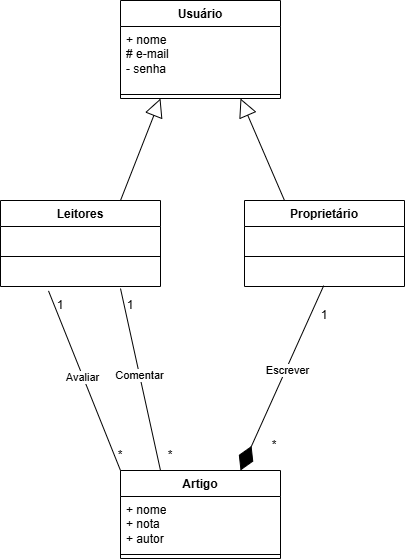
This is APOO/blog_diagrama_classe.png from joao-marcos-azvd/Estudos-de-programacao, a draw.io export, as it was before one commit. Source tidied: cells renumbered, new cells last; positions are measured from the earlier drawing's top-left corner, leaving out a move shared by most shapes. The source it was exported from:
```xml
<mxGraphModel>
  <root>
    <mxCell id="0" />
    <mxCell id="1" parent="0" />
    <mxCell id="2" value="Usuário" style="swimlane;fontStyle=1;align=center;verticalAlign=top;horizontal=1;startSize=26;whiteSpace=wrap;html=1;" parent="1" vertex="1">
      <mxGeometry x="120" width="160" height="98" as="geometry" />
    </mxCell>
    <mxCell id="3" value="+ nome&lt;div&gt;# e-mail&lt;/div&gt;&lt;div&gt;- senha&lt;/div&gt;" style="text;strokeColor=none;fillColor=none;align=left;verticalAlign=top;spacingLeft=4;spacingRight=4;overflow=hidden;whiteSpace=wrap;html=1;" parent="2" vertex="1">
      <mxGeometry y="26" width="160" height="64" as="geometry" />
    </mxCell>
    <mxCell id="4" style="line;strokeWidth=1;fillColor=none;align=left;verticalAlign=middle;spacingTop=-1;spacingLeft=3;spacingRight=3;labelPosition=right;strokeColor=inherit;" parent="2" vertex="1">
      <mxGeometry y="90" width="160" height="8" as="geometry" />
    </mxCell>
    <mxCell id="5" value="Proprietário" style="swimlane;fontStyle=1;align=center;verticalAlign=top;horizontal=1;startSize=26;whiteSpace=wrap;html=1;" parent="1" vertex="1">
      <mxGeometry x="244" y="200" width="160" height="86" as="geometry" />
    </mxCell>
    <mxCell id="6" value="&amp;nbsp;" style="text;strokeColor=none;fillColor=none;align=left;verticalAlign=top;spacingLeft=4;spacingRight=4;overflow=hidden;whiteSpace=wrap;html=1;" parent="5" vertex="1">
      <mxGeometry y="26" width="160" height="26" as="geometry" />
    </mxCell>
    <mxCell id="7" style="line;strokeWidth=1;fillColor=none;align=left;verticalAlign=middle;spacingTop=-1;spacingLeft=3;spacingRight=3;labelPosition=right;strokeColor=inherit;" parent="5" vertex="1">
      <mxGeometry y="52" width="160" height="8" as="geometry" />
    </mxCell>
    <mxCell id="8" value="&amp;nbsp;" style="text;strokeColor=none;fillColor=none;align=left;verticalAlign=top;spacingLeft=4;spacingRight=4;overflow=hidden;points=[[0,0.5],[1,0.5]];portConstraint=eastwest;whiteSpace=wrap;html=1;" parent="5" vertex="1">
      <mxGeometry y="60" width="160" height="26" as="geometry" />
    </mxCell>
    <mxCell id="9" value="Leitores" style="swimlane;fontStyle=1;align=center;verticalAlign=top;horizontal=1;startSize=26;whiteSpace=wrap;html=1;" parent="1" vertex="1">
      <mxGeometry y="200" width="160" height="86" as="geometry" />
    </mxCell>
    <mxCell id="10" value="&amp;nbsp;" style="text;strokeColor=none;fillColor=none;align=left;verticalAlign=top;spacingLeft=4;spacingRight=4;overflow=hidden;whiteSpace=wrap;html=1;" parent="9" vertex="1">
      <mxGeometry y="26" width="160" height="26" as="geometry" />
    </mxCell>
    <mxCell id="11" style="line;strokeWidth=1;fillColor=none;align=left;verticalAlign=middle;spacingTop=-1;spacingLeft=3;spacingRight=3;labelPosition=right;strokeColor=inherit;" parent="9" vertex="1">
      <mxGeometry y="52" width="160" height="8" as="geometry" />
    </mxCell>
    <mxCell id="12" value="&amp;nbsp;" style="text;strokeColor=none;fillColor=none;align=left;verticalAlign=top;spacingLeft=4;spacingRight=4;overflow=hidden;points=[[0,0.5],[1,0.5]];portConstraint=eastwest;whiteSpace=wrap;html=1;" parent="9" vertex="1">
      <mxGeometry y="60" width="160" height="26" as="geometry" />
    </mxCell>
    <mxCell id="13" style="endArrow=block;endSize=16;endFill=0;html=1;rounded=0;exitX=0.25;exitY=0;exitDx=0;exitDy=0;entryX=0.75;entryY=1;entryDx=0;entryDy=0;" parent="1" edge="1" source="5" target="2">
      <mxGeometry relative="1" as="geometry" />
    </mxCell>
    <mxCell id="14" style="endArrow=block;endSize=16;endFill=0;html=1;rounded=0;exitX=0.75;exitY=0;exitDx=0;exitDy=0;entryX=0.25;entryY=1;entryDx=0;entryDy=0;" parent="1" edge="1" source="9" target="2">
      <mxGeometry relative="1" as="geometry" />
    </mxCell>
    <mxCell id="15" value="Artigo" style="swimlane;fontStyle=1;align=center;verticalAlign=top;horizontal=1;startSize=26;whiteSpace=wrap;html=1;" parent="1" vertex="1">
      <mxGeometry x="120" y="470" width="160" height="88" as="geometry" />
    </mxCell>
    <mxCell id="16" value="+ nome&lt;div&gt;+ nota&lt;/div&gt;&lt;div&gt;+ autor&lt;/div&gt;" style="text;strokeColor=none;fillColor=none;align=left;verticalAlign=top;spacingLeft=4;spacingRight=4;overflow=hidden;whiteSpace=wrap;html=1;" parent="15" vertex="1">
      <mxGeometry y="26" width="160" height="54" as="geometry" />
    </mxCell>
    <mxCell id="17" style="line;strokeWidth=1;fillColor=none;align=left;verticalAlign=middle;spacingTop=-1;spacingLeft=3;spacingRight=3;labelPosition=right;strokeColor=inherit;" parent="15" vertex="1">
      <mxGeometry y="80" width="160" height="8" as="geometry" />
    </mxCell>
    <mxCell id="18" style="endArrow=diamondThin;endFill=1;endSize=24;html=1;rounded=0;exitX=0.495;exitY=0.968;exitDx=0;exitDy=0;entryX=0.75;entryY=0;entryDx=0;entryDy=0;exitPerimeter=0;" parent="1" edge="1" source="8" target="15">
      <mxGeometry relative="1" as="geometry" />
    </mxCell>
    <mxCell id="19" value="Escrever" style="edgeLabel;html=1;align=center;verticalAlign=middle;" parent="18" vertex="1">
      <mxGeometry x="-0.09" y="1" relative="1" as="geometry" />
    </mxCell>
    <mxCell id="20" style="endArrow=none;html=1;rounded=0;entryX=0.75;entryY=1.077;entryDx=0;entryDy=0;entryPerimeter=0;exitX=0.25;exitY=0;exitDx=0;exitDy=0;" parent="1" edge="1" source="15" target="12">
      <mxGeometry relative="1" as="geometry" />
    </mxCell>
    <mxCell id="21" value="Comentar" style="edgeLabel;html=1;align=center;verticalAlign=middle;" parent="20" vertex="1">
      <mxGeometry x="0.05" y="1" relative="1" as="geometry" />
    </mxCell>
    <mxCell id="22" style="endArrow=none;html=1;rounded=0;entryX=0.3;entryY=1.169;entryDx=0;entryDy=0;entryPerimeter=0;exitX=0;exitY=0;exitDx=0;exitDy=0;" parent="1" edge="1" source="15" target="12">
      <mxGeometry relative="1" as="geometry" />
    </mxCell>
    <mxCell id="23" value="Avaliar" style="edgeLabel;html=1;align=center;verticalAlign=middle;" parent="22" vertex="1">
      <mxGeometry x="0.05" y="1" relative="1" as="geometry" />
    </mxCell>
    <mxCell id="24" value="1" style="text;strokeColor=none;align=center;fillColor=none;html=1;verticalAlign=middle;whiteSpace=wrap;rounded=0;" parent="1" vertex="1">
      <mxGeometry x="294" y="300" width="60" height="30" as="geometry" />
    </mxCell>
    <mxCell id="25" value="*" style="text;strokeColor=none;align=center;fillColor=none;html=1;verticalAlign=middle;whiteSpace=wrap;rounded=0;" parent="1" vertex="1">
      <mxGeometry x="244" y="430" width="60" height="30" as="geometry" />
    </mxCell>
    <mxCell id="26" value="1" style="text;strokeColor=none;align=center;fillColor=none;html=1;verticalAlign=middle;whiteSpace=wrap;rounded=0;" parent="1" vertex="1">
      <mxGeometry x="100" y="290" width="60" height="30" as="geometry" />
    </mxCell>
    <mxCell id="27" value="*" style="text;strokeColor=none;align=center;fillColor=none;html=1;verticalAlign=middle;whiteSpace=wrap;rounded=0;" parent="1" vertex="1">
      <mxGeometry x="140" y="440" width="60" height="30" as="geometry" />
    </mxCell>
    <mxCell id="28" value="1" style="text;strokeColor=none;align=center;fillColor=none;html=1;verticalAlign=middle;whiteSpace=wrap;rounded=0;" parent="1" vertex="1">
      <mxGeometry x="30" y="290" width="60" height="30" as="geometry" />
    </mxCell>
    <mxCell id="29" value="*" style="text;strokeColor=none;align=center;fillColor=none;html=1;verticalAlign=middle;whiteSpace=wrap;rounded=0;" parent="1" vertex="1">
      <mxGeometry x="90" y="440" width="60" height="30" as="geometry" />
    </mxCell>
  </root>
</mxGraphModel>
```
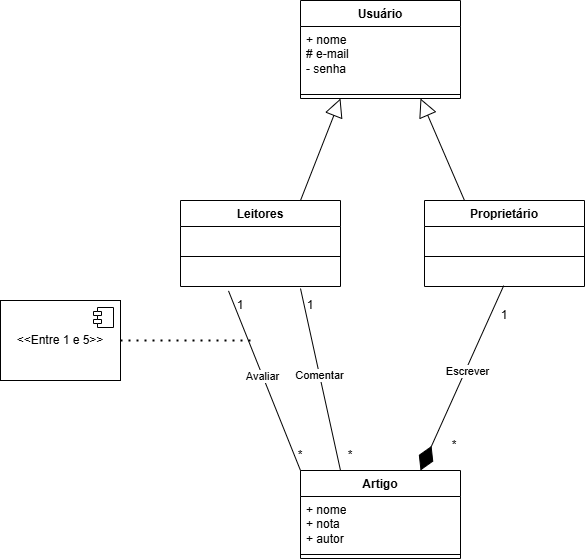
After the change.

Change to the diagram source:
```diff
@@ -86,5 +86,18 @@
     <mxCell id="29" value="*" style="text;strokeColor=none;align=center;fillColor=none;html=1;verticalAlign=middle;whiteSpace=wrap;rounded=0;" parent="1" vertex="1">
       <mxGeometry x="90" y="440" width="60" height="30" as="geometry" />
     </mxCell>
+    <mxCell id="30" value="&amp;lt;&amp;lt;Entre 1 e 5&amp;gt;&amp;gt;" style="html=1;whiteSpace=wrap;" parent="1" vertex="1">
+      <mxGeometry x="-180" y="300" width="120" height="80" as="geometry" />
+    </mxCell>
+    <mxCell id="31" style="shape=module;jettyWidth=8;jettyHeight=4;" parent="30" vertex="1">
+      <mxGeometry x="1" width="20" height="20" relative="1" as="geometry">
+        <mxPoint x="-27" y="7" as="offset" />
+      </mxGeometry>
+    </mxCell>
+    <mxCell id="32" style="endArrow=none;dashed=1;html=1;dashPattern=1 3;strokeWidth=2;rounded=0;exitX=1;exitY=0.5;exitDx=0;exitDy=0;" parent="1" edge="1" source="30">
+      <mxGeometry relative="1" as="geometry">
+        <mxPoint x="70" y="340" as="targetPoint" />
+      </mxGeometry>
+    </mxCell>
   </root>
 </mxGraphModel>
```
